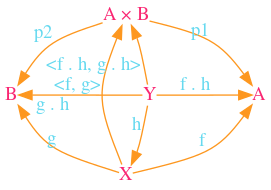
Above: ctp.png in SiIky/gvs (Graphviz), before the change. Its source is kept beside it as ctp.gv. The source it was exported from:
```dot
digraph C
{
	graph [ layout=sfdp rankdir=TB bgcolor="#00000000" splines=curved ];
	"A × B" [ fontcolor="#F92672" shape=plain ];
	A [ fontcolor="#F92672" shape=plain ];
	B [ fontcolor="#F92672" shape=plain ];
	X [ fontcolor="#F92672" shape=plain ];
	Y [ fontcolor="#F92672" shape=plain ];
	X -> A [ fontcolor="#66D9EF" color="#FD971F" label=f ];
	X -> "A × B" [ fontcolor="#66D9EF" color="#FD971F" label="<f, g>" ];
	X -> B [ fontcolor="#66D9EF" color="#FD971F" label=g ];
	"A × B" -> A [ fontcolor="#66D9EF" color="#FD971F" label=p1 ];
	"A × B" -> B [ fontcolor="#66D9EF" color="#FD971F" label=p2 ];
	Y -> A [ fontcolor="#66D9EF" color="#FD971F" label="f . h" ];
	Y -> X [ fontcolor="#66D9EF" color="#FD971F" label=h ];
	Y -> B [ fontcolor="#66D9EF" color="#FD971F" label="g . h" ];
	Y -> "A × B" [ fontcolor="#66D9EF" color="#FD971F" label="<f . h, g . h>" ];
}
```
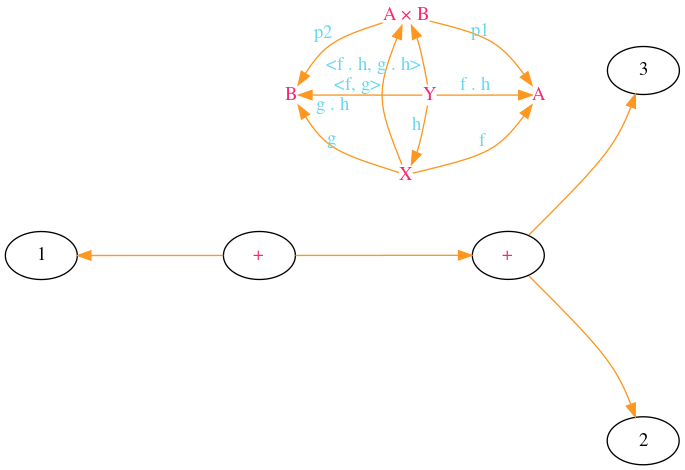
The same diagram one commit later.

Diff of the diagram source:
```diff
@@ -15,4 +15,10 @@
 	Y -> X [ fontcolor="#66D9EF" color="#FD971F" label=h ];
 	Y -> B [ fontcolor="#66D9EF" color="#FD971F" label="g . h" ];
 	Y -> "A × B" [ fontcolor="#66D9EF" color="#FD971F" label="<f . h, g . h>" ];
+	a [ fontcolor="#F92672" label="+" ];
+	b [ fontcolor="#F92672" label="+" ];
+	a -> 1 [ fontcolor="#66D9EF" color="#FD971F" ];
+	a -> b [ fontcolor="#66D9EF" color="#FD971F" ];
+	b -> 2 [ fontcolor="#66D9EF" color="#FD971F" ];
+	b -> 3 [ fontcolor="#66D9EF" color="#FD971F" ];
 }
```
